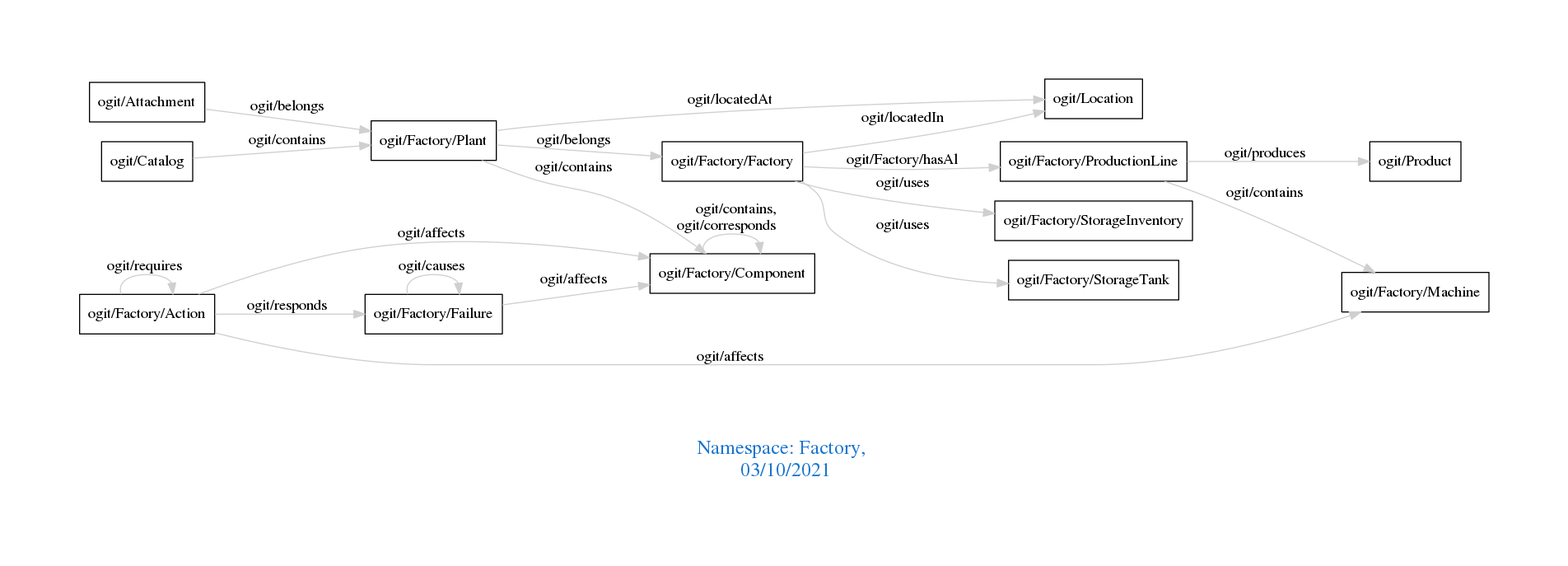
Before: downloads/Factory.png, a diagram exported from Graphviz (arago/OGIT). Its source is kept beside it as downloads/Factory.dot.
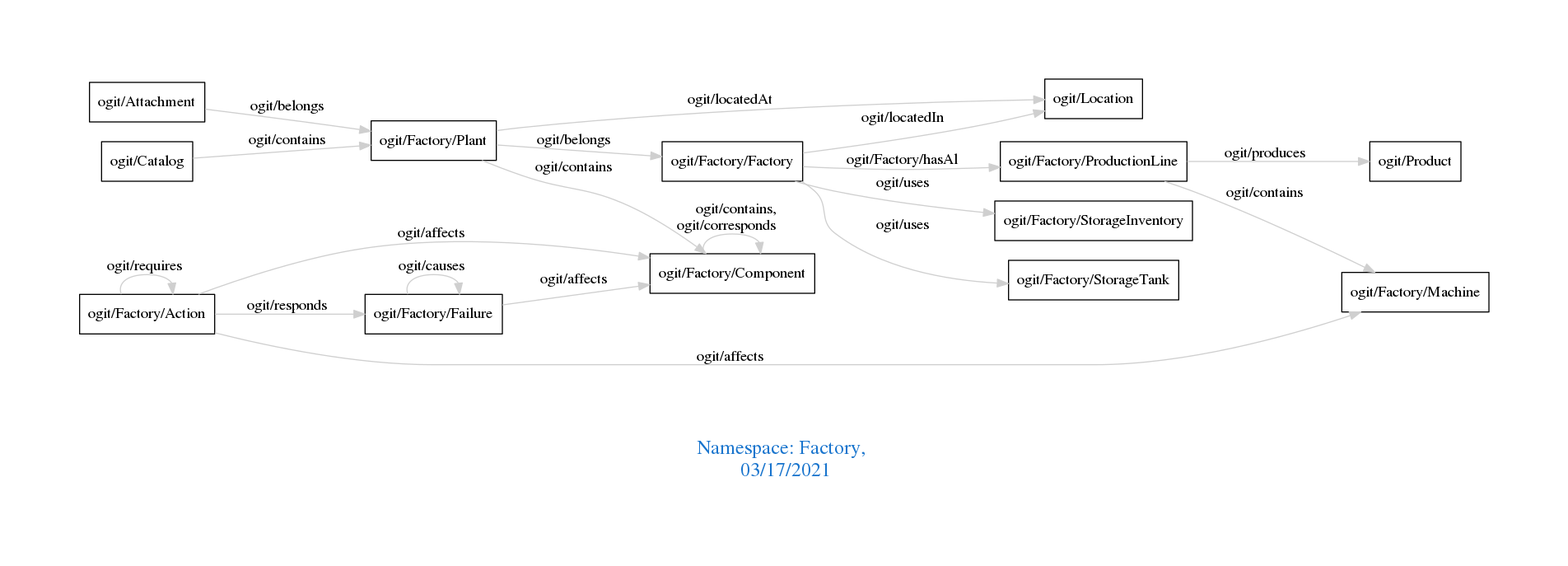
Later version of the same file.

Change to the diagram source:
```diff
@@ -1,7 +1,7 @@
 digraph OGIT_ontology {
  graph [ rankdir= LR,pad=1
 fontsize = 18,
-fontcolor= dodgerblue3,label = "\n\n\nNamespace: Factory, \n 03/10/2021"];
+fontcolor= dodgerblue3,label = "\n\n\nNamespace: Factory, \n 03/17/2021"];
 node[shape=polygon];
 edge [  color="gray81"];
 
```
